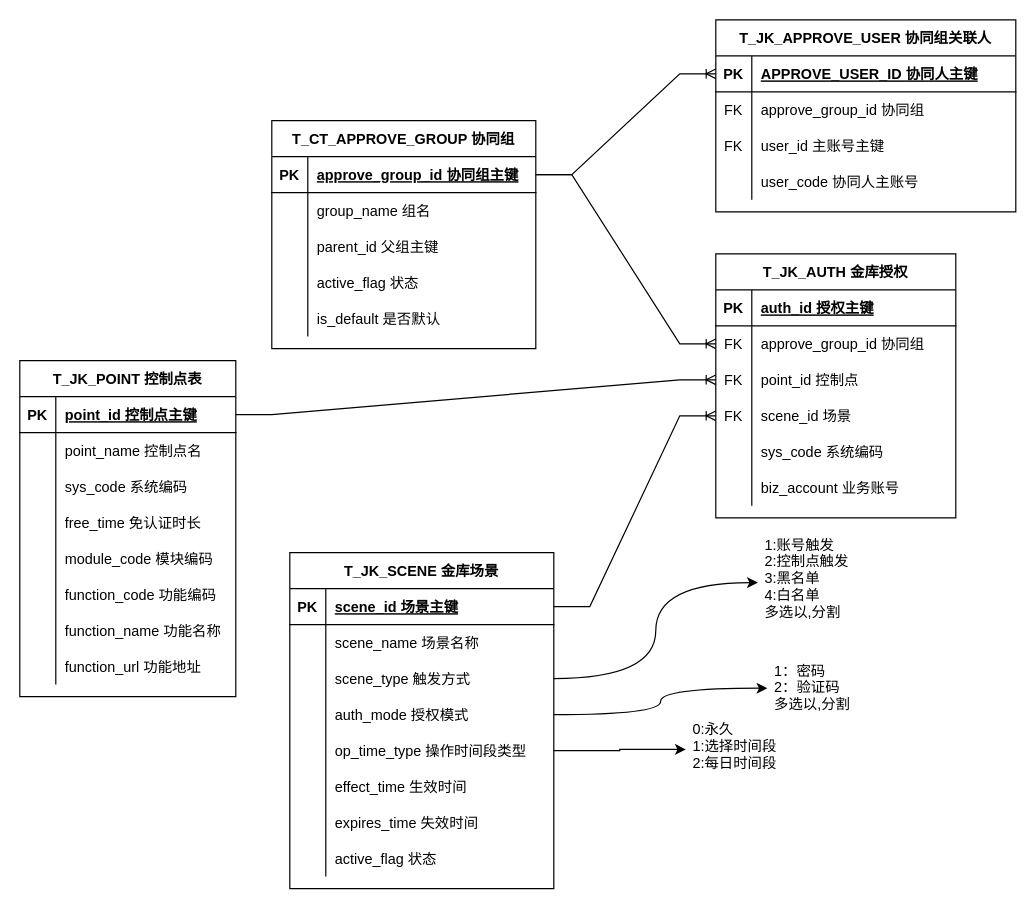
The draw.io diagram page "金库表结构" (2 of 2) of 二期db设计.drawio in 158698706/qhdx, before the edit. Source tidied: cells renumbered, new cells numbered last; positions are measured from the earlier drawing's top-left corner, leaving out a move shared by most shapes. Both pictures are drawn from the tidied source at 120%, with x=0, y=0 at pixel (19, 19).
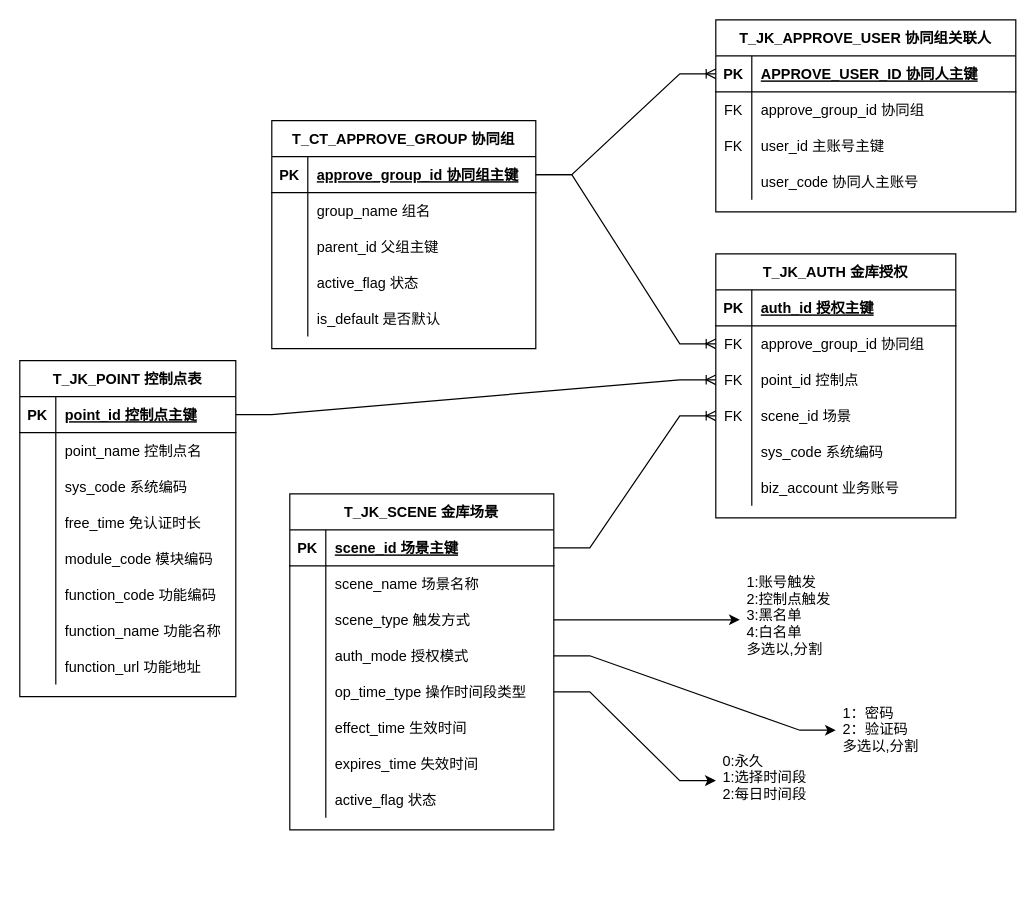
Above is the later version.

The change refers to these unchanged cells:
```xml
<mxCell id="12" style="shape=partialRectangle;fillColor=none;top=0;left=0;bottom=0;right=0;points=[[0,0.5],[1,0.5]];portConstraint=eastwest;" parent="2" vertex="1">
  <mxGeometry y="120" width="220" height="30" as="geometry" />
</mxCell>
<mxCell id="15" style="shape=partialRectangle;fillColor=none;top=0;left=0;bottom=0;right=0;points=[[0,0.5],[1,0.5]];portConstraint=eastwest;" parent="2" vertex="1">
  <mxGeometry y="150" width="220" height="30" as="geometry" />
</mxCell>
```

The edit, as a diff of the source:
```diff
@@
     <mxCell id="2" value="T_JK_SCENE 金库场景" style="shape=table;startSize=30;childLayout=tableLayout;rowLines=0;fontStyle=1;align=center;" parent="1" vertex="1">
-      <mxGeometry x="225" y="444" width="220" height="280" as="geometry" />
+      <mxGeometry x="225" y="395" width="220" height="280" as="geometry" />
     </mxCell>
@@
     <mxCell id="28" value="1:账号触发&#10;2:控制点触发&#10;3:黑名单 &#10;4:白名单 &#10;多选以,分割" style="text;strokeColor=none;fillColor=none;spacingLeft=4;spacingRight=4;overflow=hidden;points=[[0,0.5],[1,0.5]];portConstraint=eastwest;fontSize=12;" parent="1" vertex="1">
-      <mxGeometry x="615" y="424" width="96" height="90" as="geometry" />
+      <mxGeometry x="600" y="455" width="96" height="90" as="geometry" />
     </mxCell>
-    <mxCell id="29" style="edgeStyle=orthogonalEdgeStyle;curved=1;rounded=0;jettySize=auto;html=1;entryX=0;entryY=0.5;entryDx=0;entryDy=0;" parent="1" edge="1" source="12" target="30">
+    <mxCell id="29" style="edgeStyle=entityRelationEdgeStyle;rounded=0;jettySize=auto;html=1;entryX=0;entryY=0.5;entryDx=0;entryDy=0;" parent="1" edge="1" source="12" target="30">
       <mxGeometry relative="1" as="geometry" />
     </mxCell>
     <mxCell id="30" value="1：密码&#10;2：验证码&#10;多选以,分割" style="text;strokeColor=none;fillColor=none;spacingLeft=4;spacingRight=4;overflow=hidden;points=[[0,0.5],[1,0.5]];portConstraint=eastwest;fontSize=12;" parent="1" vertex="1">
-      <mxGeometry x="623" y="529" width="99" height="56" as="geometry" />
+      <mxGeometry x="680" y="564" width="99" height="56" as="geometry" />
     </mxCell>
@@
     <mxCell id="77" value="0:永久&#10;1:选择时间段&#10;2:每日时间段" style="text;strokeColor=none;fillColor=none;spacingLeft=4;spacingRight=4;overflow=hidden;points=[[0,0.5],[1,0.5]];portConstraint=eastwest;fontSize=12;" parent="1" vertex="1">
-      <mxGeometry x="555" y="578" width="100" height="60" as="geometry" />
+      <mxGeometry x="580" y="604" width="100" height="60" as="geometry" />
     </mxCell>
-    <mxCell id="78" style="edgeStyle=orthogonalEdgeStyle;rounded=0;jettySize=auto;html=1;" parent="1" edge="1" source="15" target="77">
+    <mxCell id="78" style="edgeStyle=entityRelationEdgeStyle;rounded=0;jettySize=auto;html=1;" parent="1" edge="1" source="15" target="77">
       <mxGeometry relative="1" as="geometry" />
     </mxCell>
```
